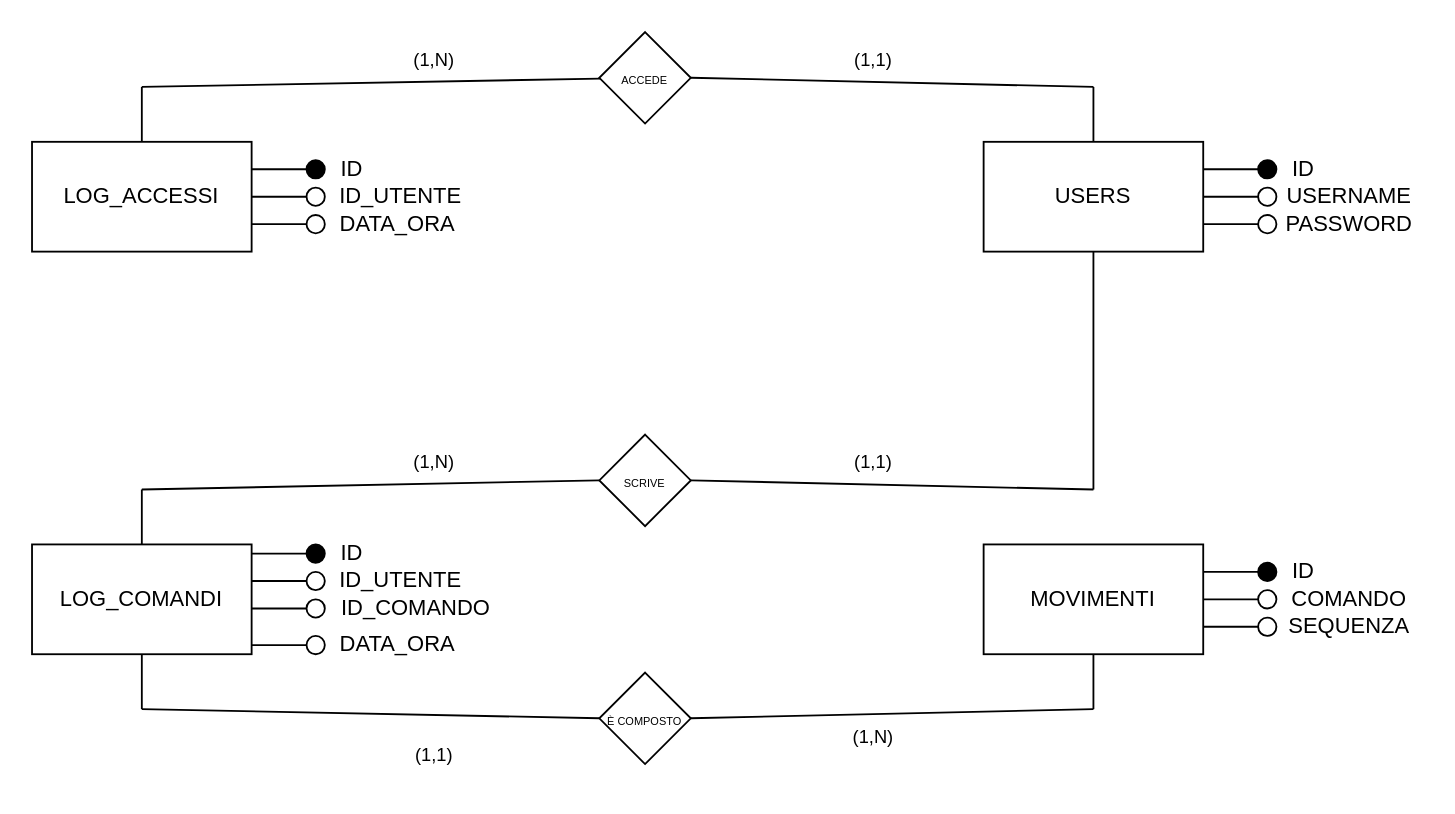
Above: ControlloHttp/info_database/diagramma_ER.drawio in Nicholas-Becchis/Project_AlphaBot (draw.io), before the change. Source tidied: cells renumbered, new cells numbered last; positions are measured from the earlier drawing's top-left corner, leaving out a move shared by most shapes. Both pictures are drawn from the tidied source at 183%, with x=0, y=0 at pixel (31, 31).
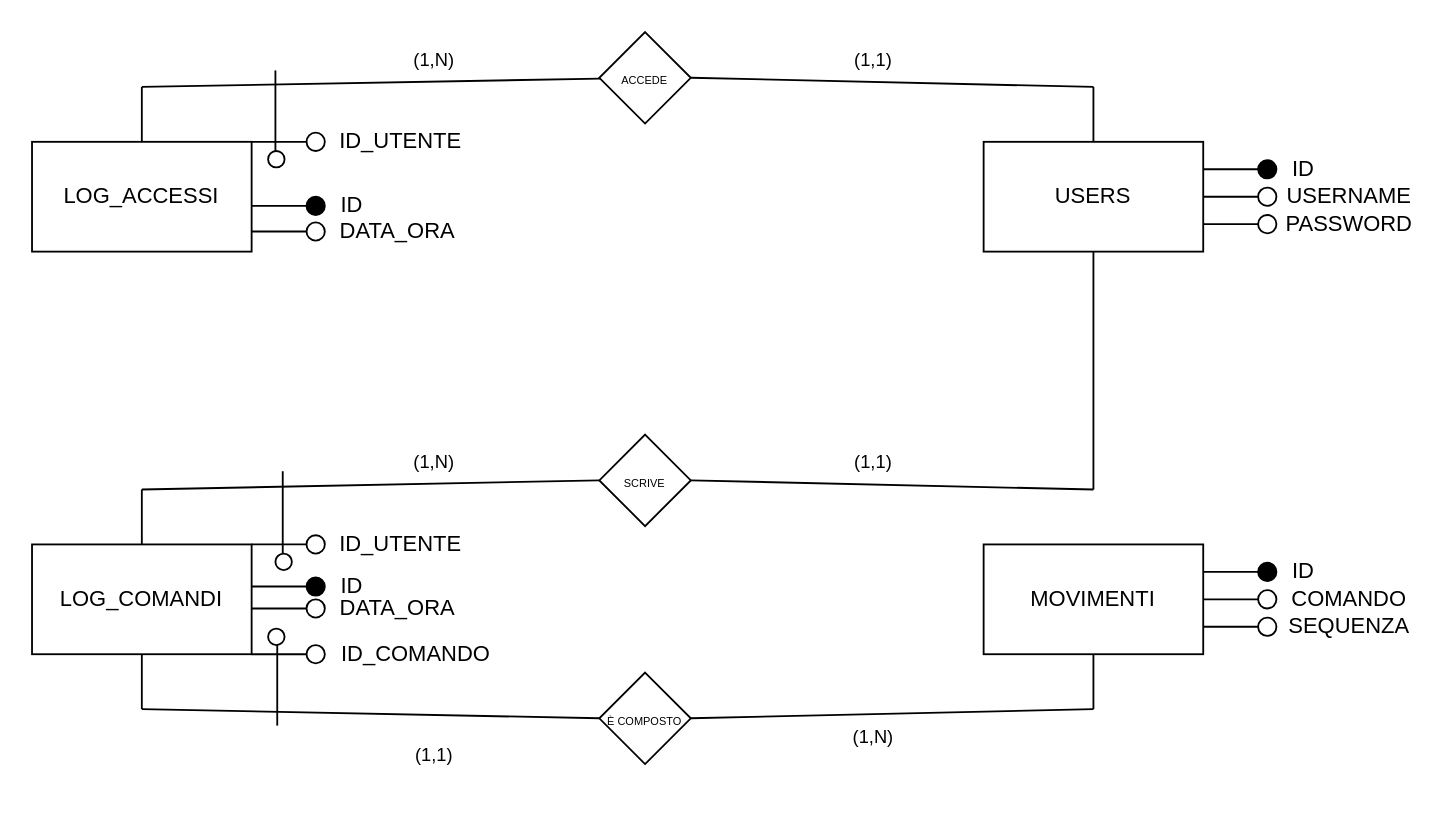
Above is the later version.

Diff of the diagram source:
```diff
@@
     <mxCell id="23" style="endArrow=none;html=1;rounded=0;exitX=1;exitY=0.75;exitDx=0;exitDy=0;entryX=0;entryY=0.5;entryDx=0;entryDy=0;" parent="1" edge="1" target="24">
       <mxGeometry relative="1" as="geometry">
-        <mxPoint x="120" y="315" as="sourcePoint" />
+        <mxPoint x="120" y="340" as="sourcePoint" />
       </mxGeometry>
     </mxCell>
     <mxCell id="24" style="ellipse;whiteSpace=wrap;html=1;" parent="1" vertex="1">
-      <mxGeometry x="150" y="310" width="10" height="10" as="geometry" />
+      <mxGeometry x="150" y="335" width="10" height="10" as="geometry" />
     </mxCell>
     <mxCell id="25" style="endArrow=none;html=1;rounded=0;exitX=1;exitY=0.5;exitDx=0;exitDy=0;entryX=0;entryY=0.5;entryDx=0;entryDy=0;" parent="1" edge="1" target="26">
       <mxGeometry relative="1" as="geometry">
-        <mxPoint x="120" y="300" as="sourcePoint" />
+        <mxPoint x="120" y="280" as="sourcePoint" />
       </mxGeometry>
     </mxCell>
     <mxCell id="26" style="ellipse;whiteSpace=wrap;html=1;" parent="1" vertex="1">
-      <mxGeometry x="150" y="295" width="10" height="10" as="geometry" />
+      <mxGeometry x="150" y="275" width="10" height="10" as="geometry" />
     </mxCell>
     <mxCell id="27" style="endArrow=none;html=1;rounded=0;exitX=1;exitY=0.25;exitDx=0;exitDy=0;" parent="1" edge="1">
       <mxGeometry relative="1" as="geometry">
-        <mxPoint x="120" y="285" as="sourcePoint" />
-        <mxPoint x="150" y="285" as="targetPoint" />
+        <mxPoint x="120" y="303" as="sourcePoint" />
+        <mxPoint x="150" y="303" as="targetPoint" />
       </mxGeometry>
     </mxCell>
     <mxCell id="28" style="ellipse;whiteSpace=wrap;html=1;fillColor=#000000;" parent="1" vertex="1">
-      <mxGeometry x="150" y="280" width="10" height="10" as="geometry" />
+      <mxGeometry x="150" y="298" width="10" height="10" as="geometry" />
     </mxCell>
     <mxCell id="29" value="ID" style="text;html=1;strokeColor=none;fillColor=none;align=center;verticalAlign=middle;whiteSpace=wrap;rounded=0;" parent="1" vertex="1">
-      <mxGeometry x="160" y="280" width="30" height="10" as="geometry" />
+      <mxGeometry x="160" y="298" width="30" height="10" as="geometry" />
     </mxCell>
     <mxCell id="30" value="&amp;nbsp;ID_UTENTE" style="text;html=1;strokeColor=none;fillColor=none;align=center;verticalAlign=middle;whiteSpace=wrap;rounded=0;" parent="1" vertex="1">
-      <mxGeometry x="160" y="295" width="80" height="10" as="geometry" />
+      <mxGeometry x="160" y="275" width="80" height="10" as="geometry" />
     </mxCell>
     <mxCell id="31" value="ID_COMANDO" style="text;html=1;strokeColor=none;fillColor=none;align=center;verticalAlign=middle;whiteSpace=wrap;rounded=0;" parent="1" vertex="1">
-      <mxGeometry x="170" y="310" width="80" height="10" as="geometry" />
+      <mxGeometry x="170" y="335" width="80" height="10" as="geometry" />
     </mxCell>
     <mxCell id="32" style="endArrow=none;html=1;rounded=0;" parent="1" edge="1">
       <mxGeometry relative="1" as="geometry">
-        <mxPoint x="120" y="335" as="sourcePoint" />
-        <mxPoint x="150" y="335" as="targetPoint" />
+        <mxPoint x="120" y="315" as="sourcePoint" />
+        <mxPoint x="150" y="315" as="targetPoint" />
       </mxGeometry>
     </mxCell>
     <mxCell id="33" style="ellipse;whiteSpace=wrap;html=1;" parent="1" vertex="1">
-      <mxGeometry x="150" y="330" width="10" height="10" as="geometry" />
+      <mxGeometry x="150" y="310" width="10" height="10" as="geometry" />
     </mxCell>
     <mxCell id="34" value="DATA_ORA" style="text;html=1;strokeColor=none;fillColor=none;align=center;verticalAlign=middle;whiteSpace=wrap;rounded=0;" parent="1" vertex="1">
-      <mxGeometry x="160" y="330" width="80" height="10" as="geometry" />
+      <mxGeometry x="160" y="310" width="80" height="10" as="geometry" />
     </mxCell>
@@
     <mxCell id="36" style="endArrow=none;html=1;rounded=0;exitX=1;exitY=0.5;exitDx=0;exitDy=0;entryX=0;entryY=0.5;entryDx=0;entryDy=0;" parent="1" edge="1" target="37">
       <mxGeometry relative="1" as="geometry">
-        <mxPoint x="120" y="90" as="sourcePoint" />
+        <mxPoint x="120" y="60" as="sourcePoint" />
       </mxGeometry>
     </mxCell>
     <mxCell id="37" style="ellipse;whiteSpace=wrap;html=1;" parent="1" vertex="1">
-      <mxGeometry x="150" y="85" width="10" height="10" as="geometry" />
+      <mxGeometry x="150" y="55" width="10" height="10" as="geometry" />
     </mxCell>
     <mxCell id="38" style="endArrow=none;html=1;rounded=0;exitX=1;exitY=0.25;exitDx=0;exitDy=0;" parent="1" edge="1">
       <mxGeometry relative="1" as="geometry">
-        <mxPoint x="120" y="75" as="sourcePoint" />
-        <mxPoint x="150" y="75" as="targetPoint" />
+        <mxPoint x="120" y="95" as="sourcePoint" />
+        <mxPoint x="150" y="95" as="targetPoint" />
       </mxGeometry>
     </mxCell>
     <mxCell id="39" style="ellipse;whiteSpace=wrap;html=1;fillColor=#000000;" parent="1" vertex="1">
-      <mxGeometry x="150" y="70" width="10" height="10" as="geometry" />
+      <mxGeometry x="150" y="90" width="10" height="10" as="geometry" />
     </mxCell>
     <mxCell id="40" value="ID" style="text;html=1;strokeColor=none;fillColor=none;align=center;verticalAlign=middle;whiteSpace=wrap;rounded=0;" parent="1" vertex="1">
-      <mxGeometry x="160" y="70" width="30" height="10" as="geometry" />
+      <mxGeometry x="160" y="90" width="30" height="10" as="geometry" />
     </mxCell>
     <mxCell id="41" value="&amp;nbsp;ID_UTENTE" style="text;html=1;strokeColor=none;fillColor=none;align=center;verticalAlign=middle;whiteSpace=wrap;rounded=0;" parent="1" vertex="1">
-      <mxGeometry x="160" y="85" width="80" height="10" as="geometry" />
+      <mxGeometry x="160" y="55" width="80" height="10" as="geometry" />
     </mxCell>
     <mxCell id="42" style="endArrow=none;html=1;rounded=0;" parent="1" edge="1">
       <mxGeometry relative="1" as="geometry">
-        <mxPoint x="120" y="105" as="sourcePoint" />
-        <mxPoint x="150" y="105" as="targetPoint" />
+        <mxPoint x="120" y="109" as="sourcePoint" />
+        <mxPoint x="150" y="109" as="targetPoint" />
       </mxGeometry>
     </mxCell>
     <mxCell id="43" style="ellipse;whiteSpace=wrap;html=1;" parent="1" vertex="1">
-      <mxGeometry x="150" y="100" width="10" height="10" as="geometry" />
+      <mxGeometry x="150" y="104" width="10" height="10" as="geometry" />
     </mxCell>
     <mxCell id="44" value="DATA_ORA" style="text;html=1;strokeColor=none;fillColor=none;align=center;verticalAlign=middle;whiteSpace=wrap;rounded=0;" parent="1" vertex="1">
-      <mxGeometry x="160" y="100" width="80" height="10" as="geometry" />
+      <mxGeometry x="160" y="104" width="80" height="10" as="geometry" />
     </mxCell>
@@
+    <mxCell id="66" style="endArrow=none;html=1;rounded=0;" parent="1" edge="1">
+      <mxGeometry relative="1" as="geometry">
+        <mxPoint x="134" y="379" as="sourcePoint" />
+        <mxPoint x="134" y="335" as="targetPoint" />
+      </mxGeometry>
+    </mxCell>
+    <mxCell id="67" style="ellipse;whiteSpace=wrap;html=1;" parent="1" vertex="1">
+      <mxGeometry x="129" y="326" width="9" height="9" as="geometry" />
+    </mxCell>
+    <mxCell id="68" style="endArrow=none;html=1;rounded=0;" parent="1" edge="1">
+      <mxGeometry relative="1" as="geometry">
+        <mxPoint x="137" y="285" as="sourcePoint" />
+        <mxPoint x="137" y="240" as="targetPoint" />
+      </mxGeometry>
+    </mxCell>
+    <mxCell id="69" style="ellipse;whiteSpace=wrap;html=1;" parent="1" vertex="1">
+      <mxGeometry x="133" y="285" width="9" height="9" as="geometry" />
+    </mxCell>
+    <mxCell id="70" style="endArrow=none;html=1;rounded=0;" parent="1" edge="1">
+      <mxGeometry relative="1" as="geometry">
+        <mxPoint x="133" y="67" as="sourcePoint" />
+        <mxPoint x="133" y="21" as="targetPoint" />
+      </mxGeometry>
+    </mxCell>
+    <mxCell id="71" style="ellipse;whiteSpace=wrap;html=1;" parent="1" vertex="1">
+      <mxGeometry x="129" y="65" width="9" height="9" as="geometry" />
+    </mxCell>
```
